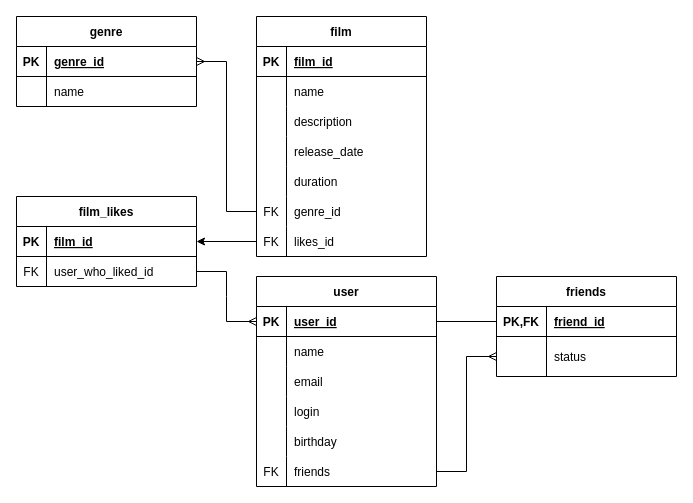
marat-a/java-filmorate keeps this draw.io diagram as src/main/resources/пара.drawio. Above is the earlier version. Source tidied: cells renumbered, new cells numbered last; positions are measured from the earlier drawing's top-left corner, leaving out a move shared by most shapes. Both pictures are drawn from the tidied source at 100%, with x=0, y=0 at pixel (16, 16).
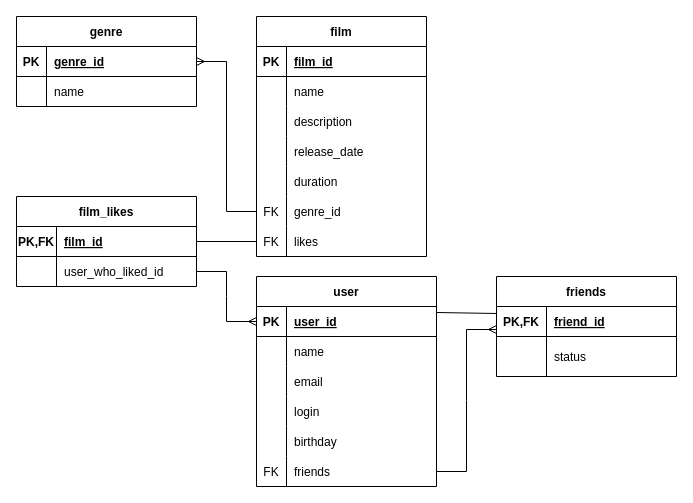
The same diagram, later.

Unchanged cells that the change refers to:
```xml
<mxCell id="3" style="shape=tableRow;horizontal=0;startSize=0;swimlaneHead=0;swimlaneBody=0;fillColor=none;points=[[0,0.5],[1,0.5]];portConstraint=eastwest;top=0;left=0;right=0;bottom=1;" parent="2" vertex="1">
  <mxGeometry y="30" width="180" height="30" as="geometry" />
</mxCell>
<mxCell id="18" style="shape=tableRow;horizontal=0;startSize=0;swimlaneHead=0;swimlaneBody=0;fillColor=none;points=[[0,0.5],[1,0.5]];portConstraint=eastwest;top=0;left=0;right=0;bottom=0;" parent="2" vertex="1">
  <mxGeometry y="180" width="180" height="30" as="geometry" />
</mxCell>
<mxCell id="40" style="shape=tableRow;horizontal=0;startSize=0;swimlaneHead=0;swimlaneBody=0;fillColor=none;points=[[0,0.5],[1,0.5]];portConstraint=eastwest;top=0;left=0;right=0;bottom=0;" parent="21" vertex="1">
  <mxGeometry y="210" width="170" height="30" as="geometry" />
</mxCell>
<mxCell id="51" style="shape=tableRow;horizontal=0;startSize=0;swimlaneHead=0;swimlaneBody=0;fillColor=none;points=[[0,0.5],[1,0.5]];portConstraint=eastwest;top=0;left=0;right=0;bottom=1;" parent="50" vertex="1">
  <mxGeometry y="30" width="180" height="30" as="geometry" />
</mxCell>
<mxCell id="54" style="shape=tableRow;horizontal=0;startSize=0;swimlaneHead=0;swimlaneBody=0;fillColor=none;points=[[0,0.5],[1,0.5]];portConstraint=eastwest;top=0;left=0;right=0;bottom=0;" parent="50" vertex="1">
  <mxGeometry y="60" width="180" height="30" as="geometry" />
</mxCell>
<mxCell id="60" style="shape=tableRow;horizontal=0;startSize=0;swimlaneHead=0;swimlaneBody=0;fillColor=none;points=[[0,0.5],[1,0.5]];portConstraint=eastwest;top=0;left=0;right=0;bottom=1;" parent="59" vertex="1">
  <mxGeometry y="30" width="180" height="30" as="geometry" />
</mxCell>
<mxCell id="63" style="shape=tableRow;horizontal=0;startSize=0;swimlaneHead=0;swimlaneBody=0;fillColor=none;points=[[0,0.5],[1,0.5]];portConstraint=eastwest;top=0;left=0;right=0;bottom=0;" parent="59" vertex="1">
  <mxGeometry y="60" width="180" height="40" as="geometry" />
</mxCell>
```

What changed in the source:
```diff
@@
-    <mxCell id="42" value="likes_id" style="shape=partialRectangle;fillColor=none;top=0;left=0;bottom=0;right=0;align=left;spacingLeft=6;overflow=hidden;" parent="40" vertex="1">
+    <mxCell id="42" value="likes" style="shape=partialRectangle;fillColor=none;top=0;left=0;bottom=0;right=0;align=left;spacingLeft=6;overflow=hidden;" parent="40" vertex="1">
       <mxGeometry x="30" width="140" height="30" as="geometry" />
     </mxCell>
@@
-    <mxCell id="52" value="PK" style="shape=partialRectangle;fillColor=none;top=0;left=0;bottom=0;right=0;fontStyle=1;overflow=hidden;" parent="51" vertex="1">
-      <mxGeometry width="30" height="30" as="geometry" />
+    <mxCell id="52" value="PK,FK" style="shape=partialRectangle;fillColor=none;top=0;left=0;bottom=0;right=0;fontStyle=1;overflow=hidden;" parent="51" vertex="1">
+      <mxGeometry width="40" height="30" as="geometry" />
     </mxCell>
     <mxCell id="53" value="film_id" style="shape=partialRectangle;fillColor=none;top=0;left=0;bottom=0;right=0;align=left;spacingLeft=6;fontStyle=5;overflow=hidden;" parent="51" vertex="1">
-      <mxGeometry x="30" width="150" height="30" as="geometry" />
+      <mxGeometry x="40" width="140" height="30" as="geometry" />
     </mxCell>
@@
-    <mxCell id="55" value="FK" style="shape=partialRectangle;fillColor=none;top=0;left=0;bottom=0;right=0;overflow=hidden;" parent="54" vertex="1">
-      <mxGeometry width="30" height="30" as="geometry" />
+    <mxCell id="55" style="shape=partialRectangle;fillColor=none;top=0;left=0;bottom=0;right=0;overflow=hidden;" parent="54" vertex="1">
+      <mxGeometry width="40" height="30" as="geometry" />
     </mxCell>
     <mxCell id="56" value="user_who_liked_id" style="shape=partialRectangle;fillColor=none;top=0;left=0;bottom=0;right=0;align=left;spacingLeft=6;overflow=hidden;" parent="54" vertex="1">
-      <mxGeometry x="30" width="150" height="30" as="geometry" />
+      <mxGeometry x="40" width="140" height="30" as="geometry" />
     </mxCell>
-    <mxCell id="57" style="edgeStyle=orthogonalEdgeStyle;rounded=0;jettySize=auto;html=1;exitX=0;exitY=0.5;exitDx=0;exitDy=0;entryX=1;entryY=0.5;entryDx=0;entryDy=0;" parent="1" edge="1" source="40" target="51">
-      <mxGeometry relative="1" as="geometry" />
-    </mxCell>
@@
-    <mxCell id="66" style="endArrow=none;html=1;rounded=0;exitX=1;exitY=0.5;exitDx=0;exitDy=0;" parent="1" edge="1" source="3" target="60">
+    <mxCell id="66" style="endArrow=none;html=1;rounded=0;exitX=1;exitY=0.2;exitDx=0;exitDy=0;exitPerimeter=0;entryX=0;entryY=0.233;entryDx=0;entryDy=0;entryPerimeter=0;" parent="1" edge="1" source="3" target="60">
       <mxGeometry relative="1" as="geometry" />
     </mxCell>
-    <mxCell id="67" style="edgeStyle=entityRelationEdgeStyle;fontSize=12;html=1;endArrow=ERmany;rounded=0;exitX=1;exitY=0.5;exitDx=0;exitDy=0;" parent="1" edge="1" source="18" target="63">
-      <mxGeometry relative="1" as="geometry" />
+    <mxCell id="67" style="edgeStyle=entityRelationEdgeStyle;fontSize=12;html=1;endArrow=ERmany;rounded=0;exitX=1;exitY=0.5;exitDx=0;exitDy=0;jumpStyle=none;" parent="1" edge="1" source="18">
+      <mxGeometry relative="1" as="geometry">
+        <mxPoint x="480" y="313" as="targetPoint" />
+      </mxGeometry>
     </mxCell>
@@
+    <mxCell id="69" style="endArrow=none;html=1;rounded=0;exitX=1;exitY=0.5;exitDx=0;exitDy=0;entryX=0;entryY=0.5;entryDx=0;entryDy=0;" parent="1" edge="1" source="51" target="40">
+      <mxGeometry relative="1" as="geometry" />
+    </mxCell>
```
